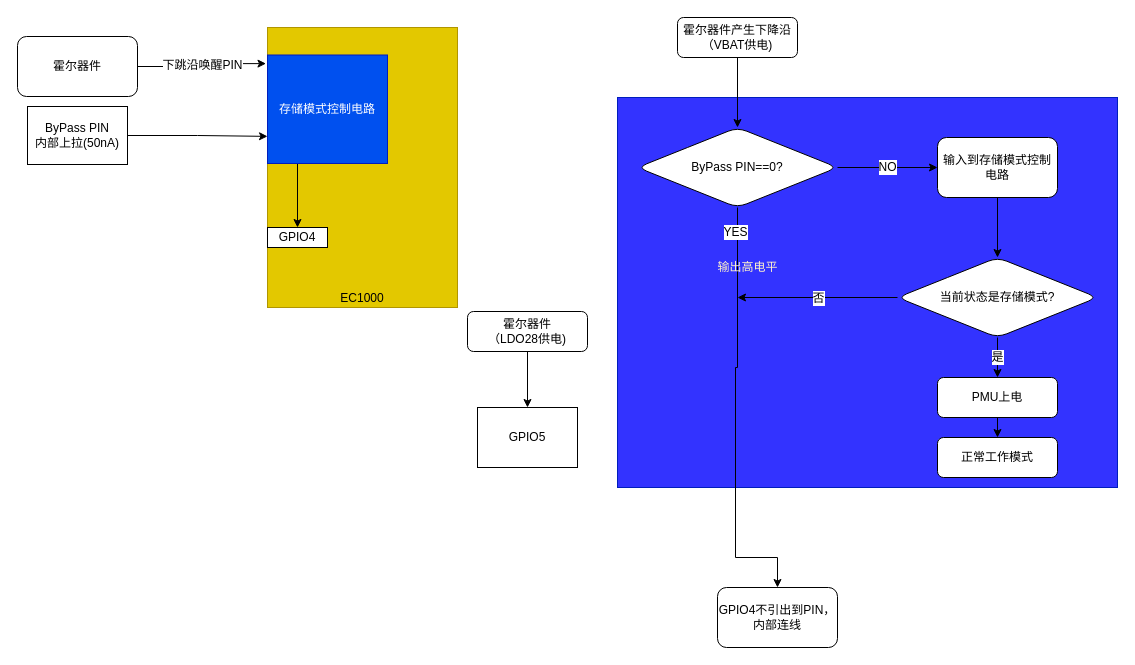
Before: page "PIN" (3 of 3) of Chip Functional Mode.drawio in fenixchen/work, a draw.io diagram. Source tidied: cells renumbered, new cells numbered last; positions are measured from the earlier drawing's top-left corner, leaving out a move shared by most shapes. Both pictures are drawn from the tidied source at 100%, with x=0, y=0 at pixel (17, 17).
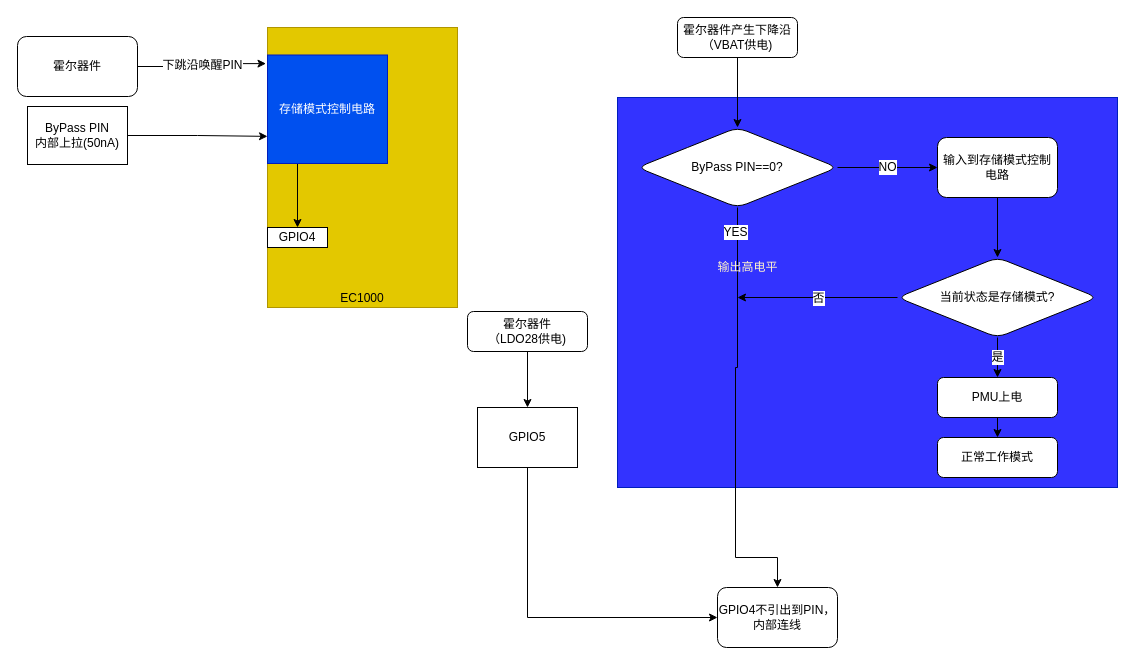
The same diagram, later.

The change refers to these unchanged cells:
```xml
<mxCell id="14" value="GPIO4不引出到PIN，内部连线" style="rounded=1;whiteSpace=wrap;html=1;fontSize=12;fontColor=#000000;strokeColor=#000000;" parent="1" vertex="1">
  <mxGeometry x="700" y="570" width="120" height="60" as="geometry" />
</mxCell>
<mxCell id="25" value="GPIO5" style="rounded=0;whiteSpace=wrap;html=1;fontSize=12;fontColor=#000000;strokeColor=#000000;" parent="1" vertex="1">
  <mxGeometry x="460" y="390" width="100" height="60" as="geometry" />
</mxCell>
```

Diff of the diagram source:
```diff
@@
+    <mxCell id="29" style="edgeStyle=orthogonalEdgeStyle;rounded=0;jettySize=auto;html=1;exitX=0.5;exitY=1;exitDx=0;exitDy=0;entryX=0;entryY=0.5;entryDx=0;entryDy=0;" parent="1" edge="1" source="25" target="14">
+      <mxGeometry relative="1" as="geometry" />
+    </mxCell>
```
